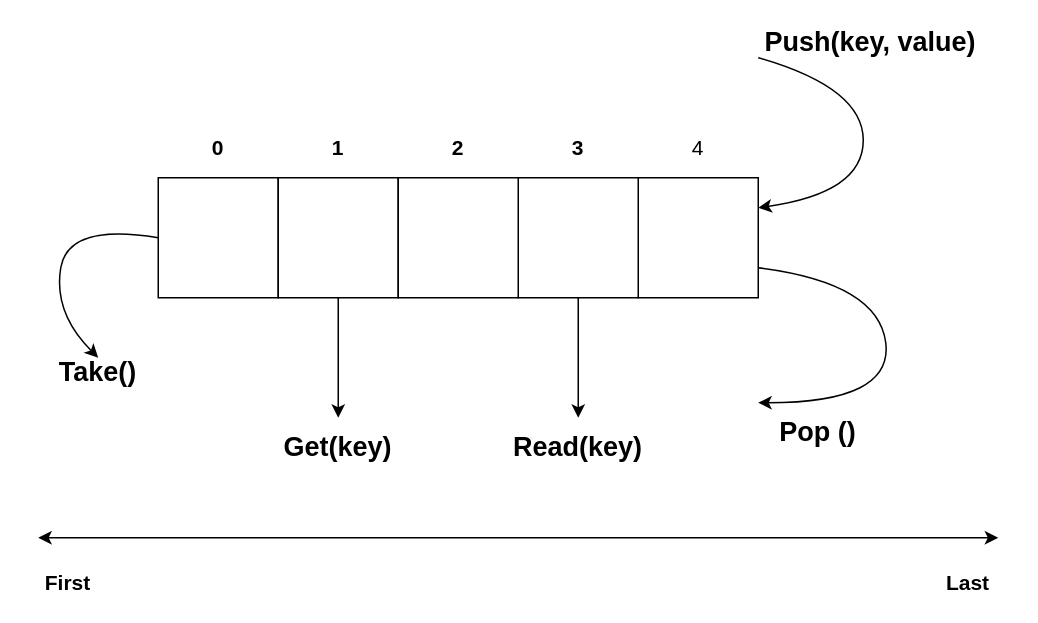
Before: images/linear.drawio in golang-common-packages/linear, a draw.io diagram. Source tidied: cells renumbered, new cells numbered last; positions are measured from the earlier drawing's top-left corner, leaving out a move shared by most shapes. Both pictures are drawn from the tidied source at 150%, with x=0, y=0 at pixel (38, 27).
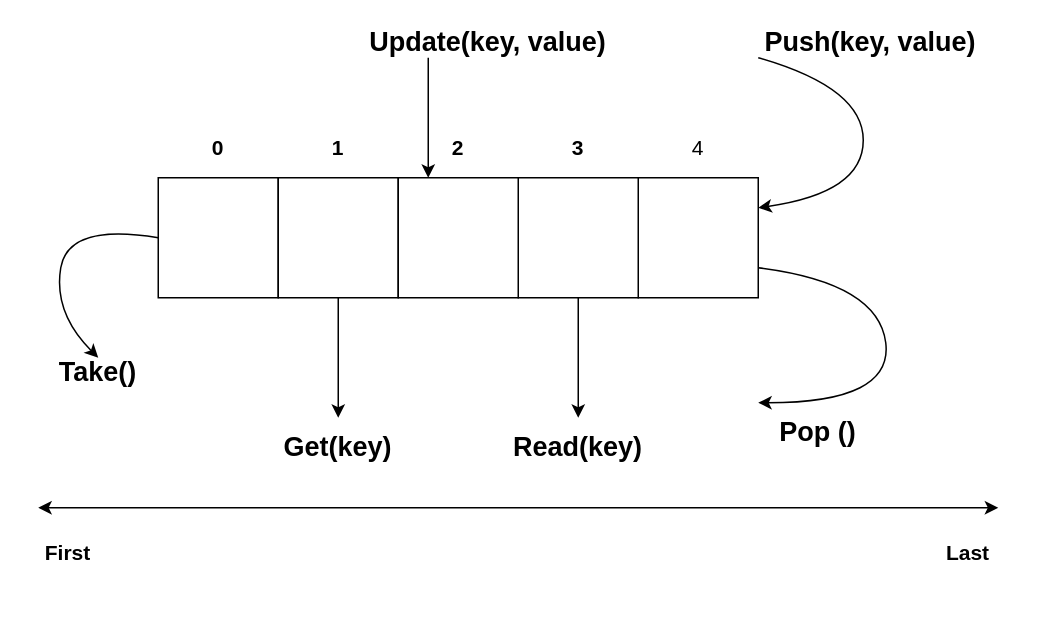
After the change.

The change refers to these unchanged cells:
```xml
<mxCell id="6" style="whiteSpace=wrap;html=1;" parent="1" vertex="1">
  <mxGeometry x="240" y="100" width="80" height="80" as="geometry" />
</mxCell>
```

Diff of the diagram source:
```diff
@@
     <mxCell id="22" style="endArrow=classic;startArrow=classic;html=1;jumpSize=50;" parent="1" edge="1">
       <mxGeometry relative="1" as="geometry">
-        <mxPoint y="340" as="sourcePoint" />
-        <mxPoint x="640" y="340" as="targetPoint" />
+        <mxPoint y="320" as="sourcePoint" />
+        <mxPoint x="640" y="320" as="targetPoint" />
+        <Array as="points">
+          <mxPoint x="330" y="320" />
+        </Array>
       </mxGeometry>
     </mxCell>
     <mxCell id="23" value="&lt;font style=&quot;font-size: 14px&quot;&gt;&lt;b&gt;First&lt;/b&gt;&lt;/font&gt;" style="text;html=1;strokeColor=none;fillColor=none;align=center;verticalAlign=middle;whiteSpace=wrap;rounded=0;" parent="1" vertex="1">
-      <mxGeometry y="360" width="40" height="20" as="geometry" />
+      <mxGeometry y="340" width="40" height="20" as="geometry" />
     </mxCell>
     <mxCell id="24" value="&lt;font style=&quot;font-size: 14px&quot;&gt;&lt;b&gt;Last&lt;/b&gt;&lt;/font&gt;" style="text;html=1;strokeColor=none;fillColor=none;align=center;verticalAlign=middle;whiteSpace=wrap;rounded=0;" parent="1" vertex="1">
-      <mxGeometry x="600" y="360" width="40" height="20" as="geometry" />
+      <mxGeometry x="600" y="340" width="40" height="20" as="geometry" />
     </mxCell>
+    <mxCell id="25" value="&lt;font style=&quot;font-size: 18px&quot;&gt;&lt;b&gt;Update(key, value)&lt;/b&gt;&lt;/font&gt;" style="text;html=1;strokeColor=none;fillColor=none;align=center;verticalAlign=middle;whiteSpace=wrap;rounded=0;" parent="1" vertex="1">
+      <mxGeometry x="220" width="160" height="20" as="geometry" />
+    </mxCell>
+    <mxCell id="26" style="endArrow=classic;html=1;exitX=0.25;exitY=1;exitDx=0;exitDy=0;entryX=0.25;entryY=0;entryDx=0;entryDy=0;" parent="1" edge="1" source="25" target="6">
+      <mxGeometry relative="1" as="geometry" />
+    </mxCell>
```
